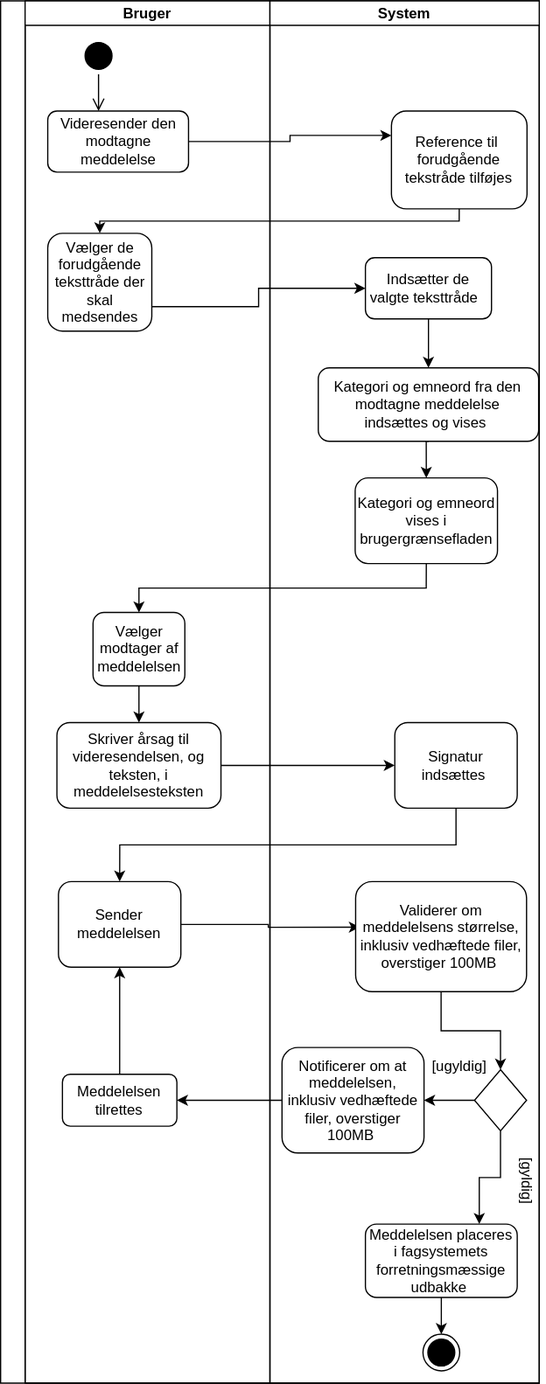
This is docs/assets/images/DK_S3_VideresendCc.drawio.svg from medcomdk/dk-medcom-carecommunication, a draw.io export, as it was before one commit. Source tidied: cells renumbered, new cells last; positions are measured from the earlier drawing's top-left corner, leaving out a move shared by most shapes.
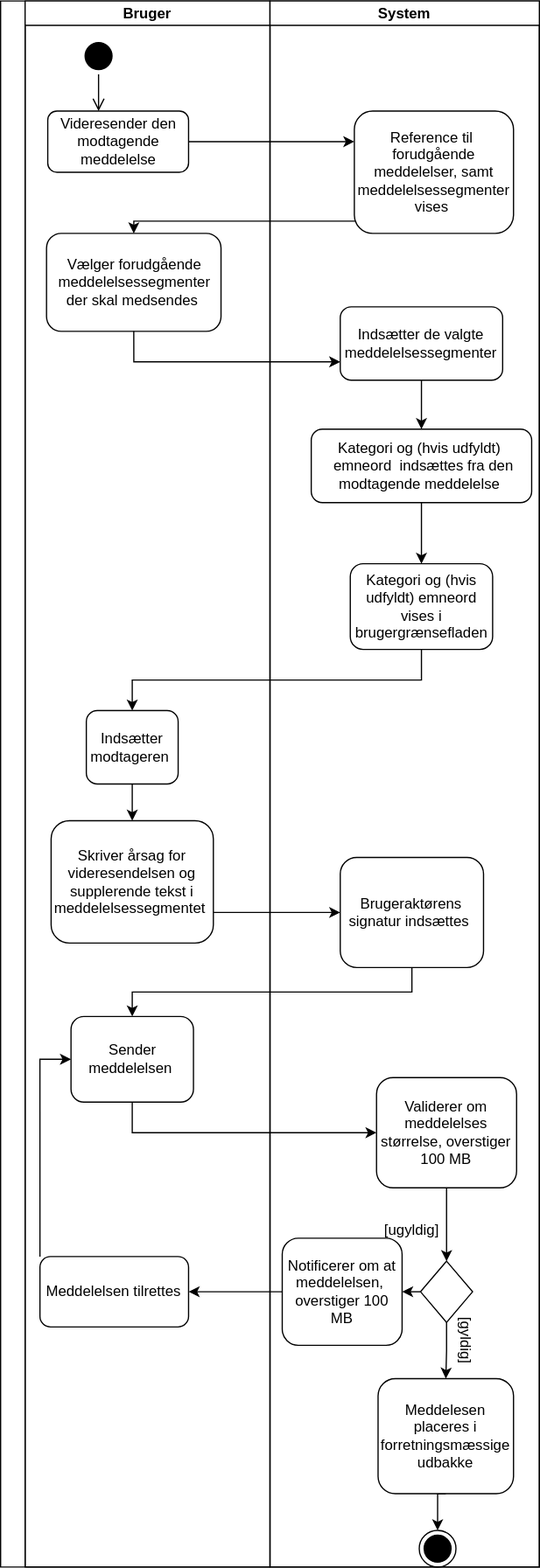
The same file after the commit.

What changed in the source:
```diff
@@ -3,24 +3,10 @@
     <mxCell id="0" />
     <mxCell id="1" parent="0" />
     <mxCell id="2" style="swimlane;startSize=20;horizontal=0;" parent="1" vertex="1">
-      <mxGeometry width="440" height="1130" as="geometry" />
+      <mxGeometry width="440" height="1280" as="geometry" />
     </mxCell>
-    <mxCell id="3" style="edgeStyle=orthogonalEdgeStyle;rounded=0;jettySize=auto;html=1;exitX=1;exitY=0.5;exitDx=0;exitDy=0;entryX=0;entryY=0.25;entryDx=0;entryDy=0;" parent="2" edge="1" source="9" target="22">
-      <mxGeometry relative="1" as="geometry" />
-    </mxCell>
-    <mxCell id="4" style="edgeStyle=orthogonalEdgeStyle;rounded=0;jettySize=auto;html=1;exitX=0.5;exitY=1;exitDx=0;exitDy=0;entryX=0.5;entryY=0;entryDx=0;entryDy=0;" parent="2" edge="1" source="22" target="15">
-      <mxGeometry relative="1" as="geometry">
-        <Array as="points">
-          <mxPoint x="327" y="180" />
-          <mxPoint x="83" y="180" />
-        </Array>
-      </mxGeometry>
-    </mxCell>
-    <mxCell id="5" style="edgeStyle=orthogonalEdgeStyle;rounded=0;jettySize=auto;html=1;exitX=0.5;exitY=1;exitDx=0;exitDy=0;" parent="2" edge="1" source="25" target="11">
-      <mxGeometry relative="1" as="geometry" />
-    </mxCell>
     <mxCell id="6" value="Bruger" style="swimlane;startSize=20;" parent="2" vertex="1">
-      <mxGeometry x="20" width="200" height="1130" as="geometry" />
+      <mxGeometry x="20" width="200" height="1280" as="geometry" />
     </mxCell>
     <mxCell id="7" style="ellipse;html=1;shape=startState;fillColor=#000000;strokeColor=#000000;" parent="6" vertex="1">
       <mxGeometry x="45" y="30" width="30" height="30" as="geometry" />
@@ -30,101 +16,115 @@
         <mxPoint x="60" y="90" as="targetPoint" />
       </mxGeometry>
     </mxCell>
-    <mxCell id="9" value="Videresender den modtagne meddelelse" style="rounded=1;whiteSpace=wrap;html=1;" parent="6" vertex="1">
+    <mxCell id="9" value="Videresender den modtagende meddelelse" style="rounded=1;whiteSpace=wrap;html=1;" parent="6" vertex="1">
       <mxGeometry x="18.5" y="90" width="115" height="50" as="geometry" />
     </mxCell>
     <mxCell id="10" style="edgeStyle=orthogonalEdgeStyle;rounded=0;jettySize=auto;html=1;exitX=0.5;exitY=1;exitDx=0;exitDy=0;entryX=0.5;entryY=0;entryDx=0;entryDy=0;" parent="6" edge="1" source="11" target="12">
       <mxGeometry relative="1" as="geometry" />
     </mxCell>
-    <mxCell id="11" value="Vælger modtager af meddelelsen" style="rounded=1;whiteSpace=wrap;html=1;" parent="6" vertex="1">
-      <mxGeometry x="55.5" y="500" width="75" height="60" as="geometry" />
+    <mxCell id="11" value="Indsætter modtageren&amp;nbsp;" style="rounded=1;whiteSpace=wrap;html=1;" parent="6" vertex="1">
+      <mxGeometry x="50" y="580" width="75" height="60" as="geometry" />
     </mxCell>
-    <mxCell id="12" value="Skriver årsag til videresendelsen, og teksten, i meddelelsesteksten" style="rounded=1;whiteSpace=wrap;html=1;" parent="6" vertex="1">
-      <mxGeometry x="26" y="590" width="134" height="70" as="geometry" />
+    <mxCell id="12" value="Skriver årsag for videresendelsen og supplerende tekst i meddelelsessegmentet&amp;nbsp;" style="rounded=1;whiteSpace=wrap;html=1;" parent="6" vertex="1">
+      <mxGeometry x="21.2" y="670" width="132.5" height="100" as="geometry" />
     </mxCell>
-    <mxCell id="13" style="edgeStyle=orthogonalEdgeStyle;rounded=0;jettySize=auto;html=1;exitX=0.5;exitY=0;exitDx=0;exitDy=0;entryX=0.5;entryY=1;entryDx=0;entryDy=0;" parent="6" edge="1" source="14" target="16">
+    <mxCell id="13" style="edgeStyle=orthogonalEdgeStyle;rounded=0;jettySize=auto;html=1;exitX=0;exitY=0;exitDx=0;exitDy=0;entryX=0;entryY=0.5;entryDx=0;entryDy=0;" parent="6" edge="1" source="14" target="16">
       <mxGeometry relative="1" as="geometry" />
     </mxCell>
     <mxCell id="14" value="Meddelelsen tilrettes" style="rounded=1;whiteSpace=wrap;html=1;" parent="6" vertex="1">
-      <mxGeometry x="30.5" y="877.5" width="93.5" height="42.5" as="geometry" />
+      <mxGeometry x="12.1" y="1026.2" width="121.4" height="57.5" as="geometry" />
     </mxCell>
-    <mxCell id="15" value="&lt;div&gt;&lt;br&gt;&lt;/div&gt;&lt;div&gt;Vælger de forudgående teksttråde der skal medsendes&lt;/div&gt;&lt;div&gt;&lt;br&gt;&lt;/div&gt;" style="rounded=1;whiteSpace=wrap;html=1;" parent="6" vertex="1">
-      <mxGeometry x="18.5" y="190" width="85" height="80" as="geometry" />
+    <mxCell id="15" value="Vælger forudgående meddelelsessegmenter der skal medsendes&amp;nbsp;" style="rounded=1;whiteSpace=wrap;html=1;" parent="6" vertex="1">
+      <mxGeometry x="17.5" y="190" width="142.5" height="80" as="geometry" />
     </mxCell>
-    <mxCell id="16" value="Sender meddelelsen" style="rounded=1;whiteSpace=wrap;html=1;" parent="6" vertex="1">
-      <mxGeometry x="27.2" y="720" width="100" height="70" as="geometry" />
+    <mxCell id="16" value="Sender meddelelsen&amp;nbsp;" style="rounded=1;whiteSpace=wrap;html=1;" parent="6" vertex="1">
+      <mxGeometry x="37.5" y="830" width="100" height="70" as="geometry" />
     </mxCell>
+    <mxCell id="3" style="edgeStyle=orthogonalEdgeStyle;rounded=0;jettySize=auto;html=1;exitX=1;exitY=0.5;exitDx=0;exitDy=0;entryX=0;entryY=0.25;entryDx=0;entryDy=0;" parent="2" edge="1" source="9" target="22">
+      <mxGeometry relative="1" as="geometry" />
+    </mxCell>
+    <mxCell id="4" style="edgeStyle=orthogonalEdgeStyle;rounded=0;jettySize=auto;html=1;exitX=0.5;exitY=1;exitDx=0;exitDy=0;entryX=0.5;entryY=0;entryDx=0;entryDy=0;" parent="2" edge="1" source="22" target="15">
+      <mxGeometry relative="1" as="geometry">
+        <Array as="points">
+          <mxPoint x="327" y="180" />
+          <mxPoint x="83" y="180" />
+        </Array>
+      </mxGeometry>
+    </mxCell>
+    <mxCell id="40" style="edgeStyle=orthogonalEdgeStyle;rounded=0;jettySize=auto;html=1;exitX=0.5;exitY=1;exitDx=0;exitDy=0;entryX=0;entryY=0.75;entryDx=0;entryDy=0;" parent="2" edge="1" source="15" target="38">
+      <mxGeometry relative="1" as="geometry" />
+    </mxCell>
+    <mxCell id="5" style="edgeStyle=orthogonalEdgeStyle;rounded=0;jettySize=auto;html=1;exitX=0.5;exitY=1;exitDx=0;exitDy=0;" parent="2" edge="1" source="25" target="11">
+      <mxGeometry relative="1" as="geometry" />
+    </mxCell>
     <mxCell id="17" style="edgeStyle=orthogonalEdgeStyle;rounded=0;jettySize=auto;html=1;" parent="2" edge="1" source="35" target="14">
       <mxGeometry relative="1" as="geometry" />
     </mxCell>
-    <mxCell id="18" style="edgeStyle=orthogonalEdgeStyle;rounded=0;jettySize=auto;html=1;exitX=1;exitY=0.5;exitDx=0;exitDy=0;entryX=0;entryY=0.5;entryDx=0;entryDy=0;" parent="2" edge="1" source="12" target="39">
-      <mxGeometry relative="1" as="geometry" />
-    </mxCell>
-    <mxCell id="19" style="edgeStyle=orthogonalEdgeStyle;rounded=0;jettySize=auto;html=1;exitX=0.5;exitY=1;exitDx=0;exitDy=0;entryX=0.5;entryY=0;entryDx=0;entryDy=0;" parent="2" edge="1" source="39" target="16">
-      <mxGeometry relative="1" as="geometry" />
-    </mxCell>
+    <mxCell id="41" style="edgeStyle=orthogonalEdgeStyle;rounded=0;jettySize=auto;html=1;exitX=0.5;exitY=1;exitDx=0;exitDy=0;entryX=0.5;entryY=0;entryDx=0;entryDy=0;" parent="2" edge="1" source="42" target="16">
+      <mxGeometry relative="1" as="geometry" />
+    </mxCell>
-    <mxCell id="20" style="edgeStyle=orthogonalEdgeStyle;rounded=0;jettySize=auto;html=1;exitX=1;exitY=0.5;exitDx=0;exitDy=0;entryX=0.025;entryY=0.414;entryDx=0;entryDy=0;entryPerimeter=0;" parent="2" edge="1" source="16" target="30">
+    <mxCell id="20" style="edgeStyle=orthogonalEdgeStyle;rounded=0;jettySize=auto;html=1;exitX=0.5;exitY=1;exitDx=0;exitDy=0;" parent="2" edge="1" source="16" target="30">
       <mxGeometry relative="1" as="geometry" />
     </mxCell>
     <mxCell id="21" value="System" style="swimlane;startSize=20;" parent="2" vertex="1">
-      <mxGeometry x="220" width="220" height="1130" as="geometry" />
+      <mxGeometry x="220" width="220" height="1280" as="geometry" />
     </mxCell>
-    <mxCell id="22" value="Reference til&amp;nbsp; forudgående tekstråde tilføjes" style="rounded=1;whiteSpace=wrap;html=1;" parent="21" vertex="1">
-      <mxGeometry x="99.2" y="90" width="110.8" height="80" as="geometry" />
+    <mxCell id="22" value="Reference til&amp;nbsp; forudgående meddelelser, samt meddelelsessegmenter vises&amp;nbsp;" style="rounded=1;whiteSpace=wrap;html=1;" parent="21" vertex="1">
+      <mxGeometry x="68.9" y="90" width="130" height="100" as="geometry" />
     </mxCell>
-    <mxCell id="23" style="edgeStyle=orthogonalEdgeStyle;rounded=0;jettySize=auto;html=1;exitX=0.5;exitY=1;exitDx=0;exitDy=0;entryX=0.5;entryY=0;entryDx=0;entryDy=0;" parent="21" edge="1" source="24" target="25">
+    <mxCell id="23" style="edgeStyle=orthogonalEdgeStyle;rounded=0;jettySize=auto;html=1;entryX=0.5;entryY=0;entryDx=0;entryDy=0;" parent="21" edge="1" source="24" target="25">
       <mxGeometry relative="1" as="geometry" />
     </mxCell>
-    <mxCell id="24" value="&lt;span class=&quot;normaltextrun&quot;&gt;&lt;span style=&quot;font-size:10.0pt;&lt;br/&gt;line-height:107%;font-family:&amp;quot;Calibri&amp;quot;,sans-serif;mso-fareast-font-family:Calibri;&lt;br/&gt;mso-fareast-theme-font:minor-latin;mso-ansi-language:DA;mso-fareast-language:&lt;br/&gt;EN-US;mso-bidi-language:AR-SA&quot;&gt;Kategori og emneord fra den modtagne meddelelse&lt;br/&gt;indsættes og vises&lt;/span&gt;&lt;/span&gt;&lt;span class=&quot;eop&quot;&gt;&lt;span style=&quot;font-size:10.0pt;line-height:107%;font-family:&amp;quot;Calibri&amp;quot;,sans-serif;&lt;br/&gt;mso-fareast-font-family:Calibri;mso-fareast-theme-font:minor-latin;mso-ansi-language:&lt;br/&gt;DA;mso-fareast-language:EN-US;mso-bidi-language:AR-SA&quot;&gt;&lt;span style=&quot;user-select: text;-webkit-user-drag: none;-webkit-tap-highlight-color: transparent&quot;&gt;&amp;nbsp;&lt;/span&gt;&lt;/span&gt;&lt;/span&gt;" style="rounded=1;whiteSpace=wrap;html=1;" parent="21" vertex="1">
-      <mxGeometry x="39.5" y="300" width="180" height="60" as="geometry" />
+    <mxCell id="24" value="Kategori og (hvis udfyldt)&amp;nbsp;&lt;br&gt;&amp;nbsp;emneord&amp;nbsp; indsættes fra den modtagende meddelelse&amp;nbsp;" style="rounded=1;whiteSpace=wrap;html=1;" parent="21" vertex="1">
+      <mxGeometry x="33.7" y="350" width="180" height="60" as="geometry" />
     </mxCell>
-    <mxCell id="25" value="Kategori og emneord vises i brugergrænsefladen" style="rounded=1;whiteSpace=wrap;html=1;" parent="21" vertex="1">
-      <mxGeometry x="69.6" y="390" width="116.2" height="70" as="geometry" />
+    <mxCell id="25" value="Kategori og (hvis udfyldt) emneord vises i brugergrænsefladen" style="rounded=1;whiteSpace=wrap;html=1;" parent="21" vertex="1">
+      <mxGeometry x="65.6" y="460" width="116.2" height="70" as="geometry" />
     </mxCell>
     <mxCell id="26" style="edgeStyle=orthogonalEdgeStyle;rounded=0;jettySize=auto;html=1;exitX=0.5;exitY=1;exitDx=0;exitDy=0;entryX=0.5;entryY=0;entryDx=0;entryDy=0;" parent="21" edge="1" source="27" target="28">
       <mxGeometry relative="1" as="geometry" />
     </mxCell>
-    <mxCell id="27" value="Meddelelsen placeres i fagsystemets forretningsmæssige udbakke&amp;nbsp;" style="rounded=1;whiteSpace=wrap;html=1;" parent="21" vertex="1">
-      <mxGeometry x="78" y="1000" width="124" height="60" as="geometry" />
+    <mxCell id="27" value="Meddelesen placeres i forretningsmæssige udbakke" style="rounded=1;whiteSpace=wrap;html=1;" parent="21" vertex="1">
+      <mxGeometry x="88.3" y="1126" width="110.6" height="94" as="geometry" />
     </mxCell>
-    <mxCell id="28" style="ellipse;html=1;shape=endState;fillColor=#000000;strokeColor=#000000;" parent="21" vertex="1">
-      <mxGeometry x="125" y="1090" width="30" height="30" as="geometry" />
-    </mxCell>
     <mxCell id="29" style="edgeStyle=orthogonalEdgeStyle;rounded=0;jettySize=auto;html=1;exitX=0.5;exitY=1;exitDx=0;exitDy=0;" parent="21" edge="1" source="30" target="33">
       <mxGeometry relative="1" as="geometry" />
     </mxCell>
-    <mxCell id="30" value="Validerer om meddelelsens størrelse, inklusiv vedhæftede filer, overstiger 100MB&amp;nbsp;" style="rounded=1;whiteSpace=wrap;html=1;" parent="21" vertex="1">
-      <mxGeometry x="70" y="720" width="139.6" height="90" as="geometry" />
+    <mxCell id="30" value="Validerer om meddelelses størrelse, overstiger 100 MB" style="rounded=1;whiteSpace=wrap;html=1;" parent="21" vertex="1">
+      <mxGeometry x="87" y="880" width="114.4" height="90" as="geometry" />
     </mxCell>
-    <mxCell id="31" style="edgeStyle=orthogonalEdgeStyle;rounded=0;jettySize=auto;html=1;entryX=0.75;entryY=0;entryDx=0;entryDy=0;" parent="21" edge="1" source="33" target="27">
+    <mxCell id="31" style="edgeStyle=orthogonalEdgeStyle;rounded=0;jettySize=auto;html=1;exitX=0.5;exitY=1;exitDx=0;exitDy=0;" parent="21" edge="1" source="33" target="27">
       <mxGeometry relative="1" as="geometry" />
     </mxCell>
-    <mxCell id="32" style="edgeStyle=orthogonalEdgeStyle;rounded=0;jettySize=auto;html=1;exitX=0;exitY=0.5;exitDx=0;exitDy=0;" parent="21" edge="1" source="33" target="35">
+    <mxCell id="32" style="edgeStyle=orthogonalEdgeStyle;rounded=0;jettySize=auto;html=1;exitX=0;exitY=0.5;exitDx=0;exitDy=0;entryX=1;entryY=0.5;entryDx=0;entryDy=0;" parent="21" edge="1" source="33" target="35">
       <mxGeometry relative="1" as="geometry" />
     </mxCell>
     <mxCell id="33" style="rhombus;whiteSpace=wrap;html=1;" parent="21" vertex="1">
-      <mxGeometry x="167.1" y="873.8" width="42.5" height="50" as="geometry" />
+      <mxGeometry x="122.9" y="1030" width="42.5" height="50" as="geometry" />
     </mxCell>
     <mxCell id="34" value="[gyldig]" style="text;html=1;strokeColor=none;fillColor=none;align=center;verticalAlign=middle;whiteSpace=wrap;rounded=0;rotation=90;" parent="21" vertex="1">
-      <mxGeometry x="180" y="950" width="60" height="30" as="geometry" />
+      <mxGeometry x="130" y="1080" width="60" height="30" as="geometry" />
     </mxCell>
-    <mxCell id="35" value="Notificerer om at meddelelsen, inklusiv vedhæftede filer, overstiger 100MB&amp;nbsp;" style="rounded=1;whiteSpace=wrap;html=1;" parent="21" vertex="1">
-      <mxGeometry x="9.9" y="855.6" width="116" height="86.2" as="geometry" />
+    <mxCell id="35" value="Notificerer om at meddelelsen,&amp;nbsp; overstiger 100 MB" style="rounded=1;whiteSpace=wrap;html=1;" parent="21" vertex="1">
+      <mxGeometry x="10" y="1011.2" width="97.9" height="87.5" as="geometry" />
     </mxCell>
     <mxCell id="36" value="[ugyldig]" style="text;html=1;strokeColor=none;fillColor=none;align=center;verticalAlign=middle;whiteSpace=wrap;rounded=0;rotation=0;" parent="21" vertex="1">
-      <mxGeometry x="124.6" y="855.6" width="60" height="30" as="geometry" />
+      <mxGeometry x="85.9" y="990" width="60" height="30" as="geometry" />
     </mxCell>
     <mxCell id="37" style="edgeStyle=orthogonalEdgeStyle;rounded=0;jettySize=auto;html=1;exitX=0.5;exitY=1;exitDx=0;exitDy=0;entryX=0.5;entryY=0;entryDx=0;entryDy=0;" parent="21" edge="1" source="38" target="24">
       <mxGeometry relative="1" as="geometry" />
     </mxCell>
-    <mxCell id="38" value="Indsætter de valgte teksttråde&amp;nbsp;&amp;nbsp;" style="rounded=1;whiteSpace=wrap;html=1;" parent="21" vertex="1">
-      <mxGeometry x="78" y="210" width="103" height="50" as="geometry" />
+    <mxCell id="38" value="Indsætter de valgte meddelelsessegmenter" style="rounded=1;whiteSpace=wrap;html=1;" parent="21" vertex="1">
+      <mxGeometry x="57.4" y="250" width="132.6" height="60" as="geometry" />
     </mxCell>
-    <mxCell id="39" value="&lt;div&gt;Signatur indsættes&amp;nbsp;&lt;/div&gt;" style="rounded=1;whiteSpace=wrap;html=1;" parent="21" vertex="1">
-      <mxGeometry x="102" y="590" width="100" height="70" as="geometry" />
-    </mxCell>
-    <mxCell id="40" style="edgeStyle=orthogonalEdgeStyle;rounded=0;jettySize=auto;html=1;exitX=1;exitY=0.75;exitDx=0;exitDy=0;entryX=0;entryY=0.5;entryDx=0;entryDy=0;" parent="2" edge="1" source="15" target="38">
-      <mxGeometry relative="1" as="geometry" />
-    </mxCell>
+    <mxCell id="42" value="Brugeraktørens signatur indsættes&amp;nbsp;" style="rounded=1;whiteSpace=wrap;html=1;" parent="21" vertex="1">
+      <mxGeometry x="57.4" y="700" width="117" height="90" as="geometry" />
+    </mxCell>
+    <mxCell id="28" style="ellipse;html=1;shape=endState;fillColor=#000000;strokeColor=#000000;" parent="21" vertex="1">
+      <mxGeometry x="121.9" y="1250" width="30" height="30" as="geometry" />
+    </mxCell>
+    <mxCell id="43" style="edgeStyle=orthogonalEdgeStyle;rounded=0;jettySize=auto;html=1;exitX=1;exitY=0.75;exitDx=0;exitDy=0;entryX=0;entryY=0.5;entryDx=0;entryDy=0;" parent="2" edge="1" source="12" target="42">
+      <mxGeometry relative="1" as="geometry" />
+    </mxCell>
   </root>
 </mxGraphModel>
```
